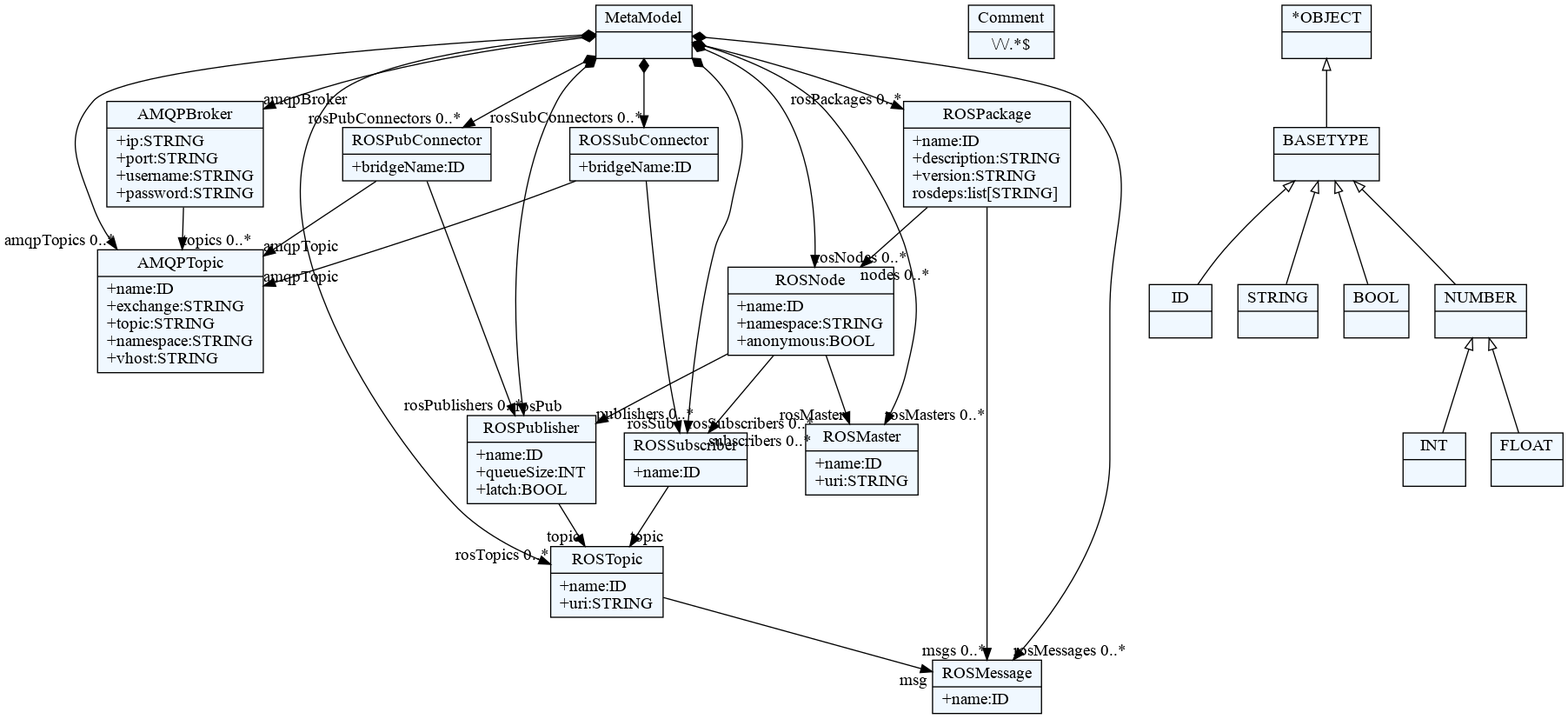
Above: metamodel2.tx.dot.png in klpanagi/ros-bridges-dsl (Graphviz), before the change. Its source is kept beside it as metamodel2.tx.dot. The source it was exported from:
```dot
    digraph xtext {
    fontname = "Bitstream Vera Sans"
    fontsize = 8
    node[
        shape=record,
        style=filled,
        fillcolor=aliceblue
    ]
    nodesep = 0.3
    edge[dir=black,arrowtail=empty]


94394947557176 -> 94394949879928[arrowtail=diamond, dir=both, headlabel="amqpBroker "]
94394947557176 -> 94394950076136[arrowtail=diamond, dir=both, headlabel="amqpTopics 0..*"]
94394947557176 -> 94394950086616[arrowtail=diamond, dir=both, headlabel="rosSubConnectors 0..*"]
94394947557176 -> 94394950081080[arrowtail=diamond, dir=both, headlabel="rosPubConnectors 0..*"]
94394947557176 -> 94394950092152[arrowtail=diamond, dir=both, headlabel="rosPackages 0..*"]
94394947557176 -> 94394950079080[arrowtail=diamond, dir=both, headlabel="rosNodes 0..*"]
94394947557176 -> 94394947562120[arrowtail=diamond, dir=both, headlabel="rosPublishers 0..*"]
94394947557176 -> 94394950097688[arrowtail=diamond, dir=both, headlabel="rosSubscribers 0..*"]
94394947557176 -> 94394950103224[arrowtail=diamond, dir=both, headlabel="rosTopics 0..*"]
94394947557176 -> 94394950109880[arrowtail=diamond, dir=both, headlabel="rosMasters 0..*"]
94394947557176 -> 94394950115416[arrowtail=diamond, dir=both, headlabel="rosMessages 0..*"]
94394947557176[ label="{MetaModel|}"]

94394949879928 -> 94394950076136[headlabel="topics 0..*"]
94394949879928[ label="{AMQPBroker|+ip:STRING\l+port:STRING\l+username:STRING\l+password:STRING\l}"]

94394950076136[ label="{AMQPTopic|+name:ID\l+exchange:STRING\l+topic:STRING\l+namespace:STRING\l+vhost:STRING\l}"]

94394950081080 -> 94394947562120[headlabel="rosPub "]
94394950081080 -> 94394950076136[headlabel="amqpTopic "]
94394950081080[ label="{ROSPubConnector|+bridgeName:ID\l}"]

94394950086616 -> 94394950097688[headlabel="rosSub "]
94394950086616 -> 94394950076136[headlabel="amqpTopic "]
94394950086616[ label="{ROSSubConnector|+bridgeName:ID\l}"]

94394950092152 -> 94394950079080[headlabel="nodes 0..*"]
94394950092152 -> 94394950115416[headlabel="msgs 0..*"]
94394950092152[ label="{ROSPackage|+name:ID\l+description:STRING\l+version:STRING\lrosdeps:list[STRING]\l}"]

94394950079080 -> 94394947562120[headlabel="publishers 0..*"]
94394950079080 -> 94394950097688[headlabel="subscribers 0..*"]
94394950079080 -> 94394950109880[headlabel="rosMaster "]
94394950079080[ label="{ROSNode|+name:ID\l+namespace:STRING\l+anonymous:BOOL\l}"]

94394947562120 -> 94394950103224[headlabel="topic "]
94394947562120[ label="{ROSPublisher|+name:ID\l+queueSize:INT\l+latch:BOOL\l}"]

94394950097688 -> 94394950103224[headlabel="topic "]
94394950097688[ label="{ROSSubscriber|+name:ID\l}"]

94394950103224 -> 94394950115416[headlabel="msg "]
94394950103224[ label="{ROSTopic|+name:ID\l+uri:STRING\l}"]

94394950109880[ label="{ROSMaster|+name:ID\l+uri:STRING\l}"]

94394950115416[ label="{ROSMessage|+name:ID\l}"]

94394950120952[ label="{Comment|\\/\\/.*$}"]

94394949874648[ label="{ID|}"]

94394949881928[ label="{STRING|}"]

94394949886872[ label="{BOOL|}"]

94394949892920[ label="{INT|}"]

94394947559176[ label="{FLOAT|}"]

94394947564120[ label="{NUMBER|}"]
94394947564120 -> 94394947559176 [dir=back]
94394947564120 -> 94394949892920 [dir=back]

94394949917384[ label="{BASETYPE|}"]
94394949917384 -> 94394947564120 [dir=back]
94394949917384 -> 94394949886872 [dir=back]
94394949917384 -> 94394949874648 [dir=back]
94394949917384 -> 94394949881928 [dir=back]

94394949922328[ label="{*OBJECT|}"]
94394949922328 -> 94394949917384 [dir=back]


}
```
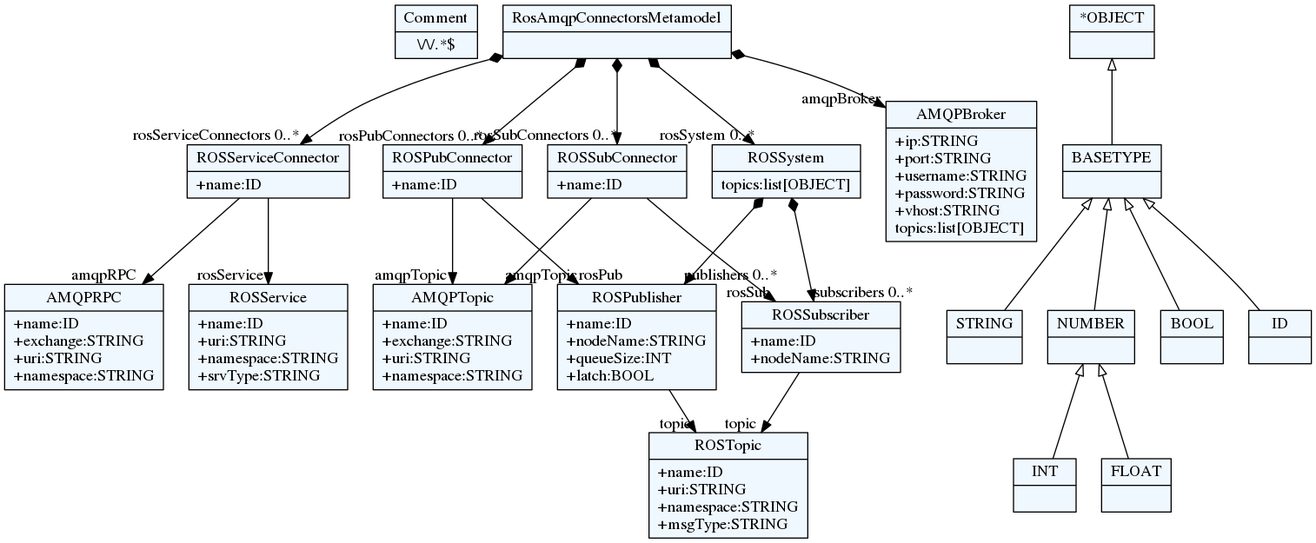
Above is the later version.

Change to the diagram source:
```diff
@@ -10,78 +10,69 @@
     edge[dir=black,arrowtail=empty]
 
 
-94394947557176 -> 94394949879928[arrowtail=diamond, dir=both, headlabel="amqpBroker "]
-94394947557176 -> 94394950076136[arrowtail=diamond, dir=both, headlabel="amqpTopics 0..*"]
-94394947557176 -> 94394950086616[arrowtail=diamond, dir=both, headlabel="rosSubConnectors 0..*"]
-94394947557176 -> 94394950081080[arrowtail=diamond, dir=both, headlabel="rosPubConnectors 0..*"]
-94394947557176 -> 94394950092152[arrowtail=diamond, dir=both, headlabel="rosPackages 0..*"]
-94394947557176 -> 94394950079080[arrowtail=diamond, dir=both, headlabel="rosNodes 0..*"]
-94394947557176 -> 94394947562120[arrowtail=diamond, dir=both, headlabel="rosPublishers 0..*"]
-94394947557176 -> 94394950097688[arrowtail=diamond, dir=both, headlabel="rosSubscribers 0..*"]
-94394947557176 -> 94394950103224[arrowtail=diamond, dir=both, headlabel="rosTopics 0..*"]
-94394947557176 -> 94394950109880[arrowtail=diamond, dir=both, headlabel="rosMasters 0..*"]
-94394947557176 -> 94394950115416[arrowtail=diamond, dir=both, headlabel="rosMessages 0..*"]
-94394947557176[ label="{MetaModel|}"]
+30700336[ label="{Comment|\\/\\/.*$}"]
 
-94394949879928 -> 94394950076136[headlabel="topics 0..*"]
-94394949879928[ label="{AMQPBroker|+ip:STRING\l+port:STRING\l+username:STRING\l+password:STRING\l}"]
+30585440 -> 30680160[headlabel="rosService "]
+30585440 -> 30537072[headlabel="amqpRPC "]
+30585440[ label="{ROSServiceConnector|+name:ID\l}"]
 
-94394950076136[ label="{AMQPTopic|+name:ID\l+exchange:STRING\l+topic:STRING\l+namespace:STRING\l+vhost:STRING\l}"]
+30517184[ label="{AMQPTopic|+name:ID\l+exchange:STRING\l+uri:STRING\l+namespace:STRING\l}"]
 
-94394950081080 -> 94394947562120[headlabel="rosPub "]
-94394950081080 -> 94394950076136[headlabel="amqpTopic "]
-94394950081080[ label="{ROSPubConnector|+bridgeName:ID\l}"]
+30570832 -> 30517184[headlabel="amqpTopic "]
+30570832 -> 30641952[headlabel="rosSub "]
+30570832[ label="{ROSSubConnector|+name:ID\l}"]
 
-94394950086616 -> 94394950097688[headlabel="rosSub "]
-94394950086616 -> 94394950076136[headlabel="amqpTopic "]
-94394950086616[ label="{ROSSubConnector|+bridgeName:ID\l}"]
+30557216 -> 30614224[headlabel="rosPub "]
+30557216 -> 30517184[headlabel="amqpTopic "]
+30557216[ label="{ROSPubConnector|+name:ID\l}"]
 
-94394950092152 -> 94394950079080[headlabel="nodes 0..*"]
-94394950092152 -> 94394950115416[headlabel="msgs 0..*"]
-94394950092152[ label="{ROSPackage|+name:ID\l+description:STRING\l+version:STRING\lrosdeps:list[STRING]\l}"]
+30469344 -> 30614224[arrowtail=diamond, dir=both, headlabel="publishers 0..*"]
+30469344 -> 30641952[arrowtail=diamond, dir=both, headlabel="subscribers 0..*"]
+30469344[ label="{ROSSystem|topics:list[OBJECT]\l}"]
 
-94394950079080 -> 94394947562120[headlabel="publishers 0..*"]
-94394950079080 -> 94394950097688[headlabel="subscribers 0..*"]
-94394950079080 -> 94394950109880[headlabel="rosMaster "]
-94394950079080[ label="{ROSNode|+name:ID\l+namespace:STRING\l+anonymous:BOOL\l}"]
+30614224 -> 30660272[headlabel="topic "]
+30614224[ label="{ROSPublisher|+name:ID\l+nodeName:STRING\l+queueSize:INT\l+latch:BOOL\l}"]
 
-94394947562120 -> 94394950103224[headlabel="topic "]
-94394947562120[ label="{ROSPublisher|+name:ID\l+queueSize:INT\l+latch:BOOL\l}"]
+30537072[ label="{AMQPRPC|+name:ID\l+exchange:STRING\l+uri:STRING\l+namespace:STRING\l}"]
 
-94394950097688 -> 94394950103224[headlabel="topic "]
-94394950097688[ label="{ROSSubscriber|+name:ID\l}"]
+30470304 -> 30485328[arrowtail=diamond, dir=both, headlabel="amqpBroker "]
+30470304 -> 30469344[arrowtail=diamond, dir=both, headlabel="rosSystem 0..*"]
+30470304 -> 30557216[arrowtail=diamond, dir=both, headlabel="rosPubConnectors 0..*"]
+30470304 -> 30570832[arrowtail=diamond, dir=both, headlabel="rosSubConnectors 0..*"]
+30470304 -> 30585440[arrowtail=diamond, dir=both, headlabel="rosServiceConnectors 0..*"]
+30470304[ label="{RosAmqpConnectorsMetamodel|}"]
 
-94394950103224 -> 94394950115416[headlabel="msg "]
-94394950103224[ label="{ROSTopic|+name:ID\l+uri:STRING\l}"]
+30485328[ label="{AMQPBroker|+ip:STRING\l+port:STRING\l+username:STRING\l+password:STRING\l+vhost:STRING\ltopics:list[OBJECT]\l}"]
 
-94394950109880[ label="{ROSMaster|+name:ID\l+uri:STRING\l}"]
+30680160[ label="{ROSService|+name:ID\l+uri:STRING\l+namespace:STRING\l+srvType:STRING\l}"]
 
-94394950115416[ label="{ROSMessage|+name:ID\l}"]
+30660272[ label="{ROSTopic|+name:ID\l+uri:STRING\l+namespace:STRING\l+msgType:STRING\l}"]
 
-94394950120952[ label="{Comment|\\/\\/.*$}"]
+30641952 -> 30660272[headlabel="topic "]
+30641952[ label="{ROSSubscriber|+name:ID\l+nodeName:STRING\l}"]
 
-94394949874648[ label="{ID|}"]
+30248512[ label="{*OBJECT|}"]
+30248512 -> 30242736 [dir=back]
 
-94394949881928[ label="{STRING|}"]
+28586320[ label="{STRING|}"]
 
-94394949886872[ label="{BOOL|}"]
+30242736[ label="{BASETYPE|}"]
+30242736 -> 30236176 [dir=back]
+30242736 -> 30218848 [dir=back]
+30242736 -> 29767712 [dir=back]
+30242736 -> 28586320 [dir=back]
 
-94394949892920[ label="{INT|}"]
+30224624[ label="{INT|}"]
 
-94394947559176[ label="{FLOAT|}"]
+30230400[ label="{FLOAT|}"]
 
-94394947564120[ label="{NUMBER|}"]
-94394947564120 -> 94394947559176 [dir=back]
-94394947564120 -> 94394949892920 [dir=back]
+30236176[ label="{NUMBER|}"]
+30236176 -> 30230400 [dir=back]
+30236176 -> 30224624 [dir=back]
 
-94394949917384[ label="{BASETYPE|}"]
-94394949917384 -> 94394947564120 [dir=back]
-94394949917384 -> 94394949886872 [dir=back]
-94394949917384 -> 94394949874648 [dir=back]
-94394949917384 -> 94394949881928 [dir=back]
+30218848[ label="{BOOL|}"]
 
-94394949922328[ label="{*OBJECT|}"]
-94394949922328 -> 94394949917384 [dir=back]
+29767712[ label="{ID|}"]
 
 
 }
```
